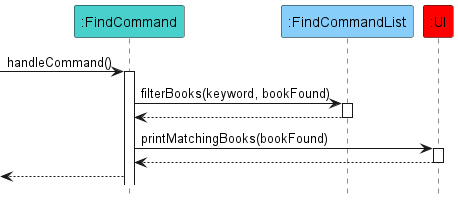
Above: docs/images/FindCommandDiagram.png in kirangeofran/tp (PlantUML), before the change.
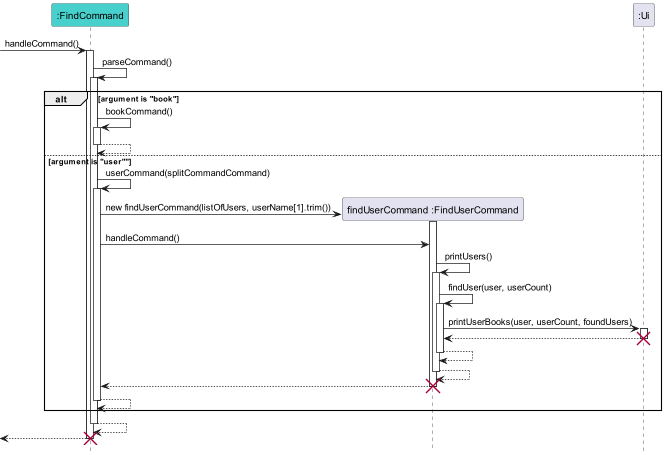
Later version of the same file.

Commit message:
Update diagram for Borrow, Extend, Find, List, Return

Change to the diagram source:
```diff
@@ -3,22 +3,56 @@
 hide footbox
 
 participant ":FindCommand" as find FIND_COLOR
-participant ":FindCommandList" as findList FIND_LIST_COLOR
-participant ":UI" as Ui UI_COLOR
+participant "findUserCommand :FindUserCommand" as FindUser
+participant ":Ui" as ui
 
 [->find : handleCommand()
 activate find
 
-find -> findList : filterBooks(keyword, bookFound)
-activate findList
-findList --> find
-deactivate findList
+find -> find : parseCommand()
+activate find
 
-find -> Ui : printMatchingBooks(bookFound)
-activate Ui
-Ui --> find
-deactivate Ui
+alt argument is "book"
+find -> find : bookCommand()
+activate find
+
+find --> find
+deactivate find
+
+else argument is "user""
+find -> find : userCommand(splitCommandCommand)
+activate find
+create FindUser
+find -> FindUser : new findUserCommand(listOfUsers, userName[1].trim())
+activate FindUser
+find -> FindUser : handleCommand()
+FindUser -> FindUser : printUsers()
+activate FindUser
+FindUser -> FindUser : findUser(user, userCount)
+activate FindUser
+
+FindUser -> ui : printUserBooks(user, userCount, foundUsers)
+activate ui
+ui --> FindUser
+deactivate ui
+destroy ui
+
+FindUser --> FindUser
+deactivate FindUser
+FindUser --> FindUser
+deactivate FindUser
+FindUser --> find
+deactivate FindUser
+destroy FindUser
+find --> find
+deactivate find
+
+
+end
+find --> find
+deactivate find
 
 [<-- find
+destroy find
 
 @enduml
```
